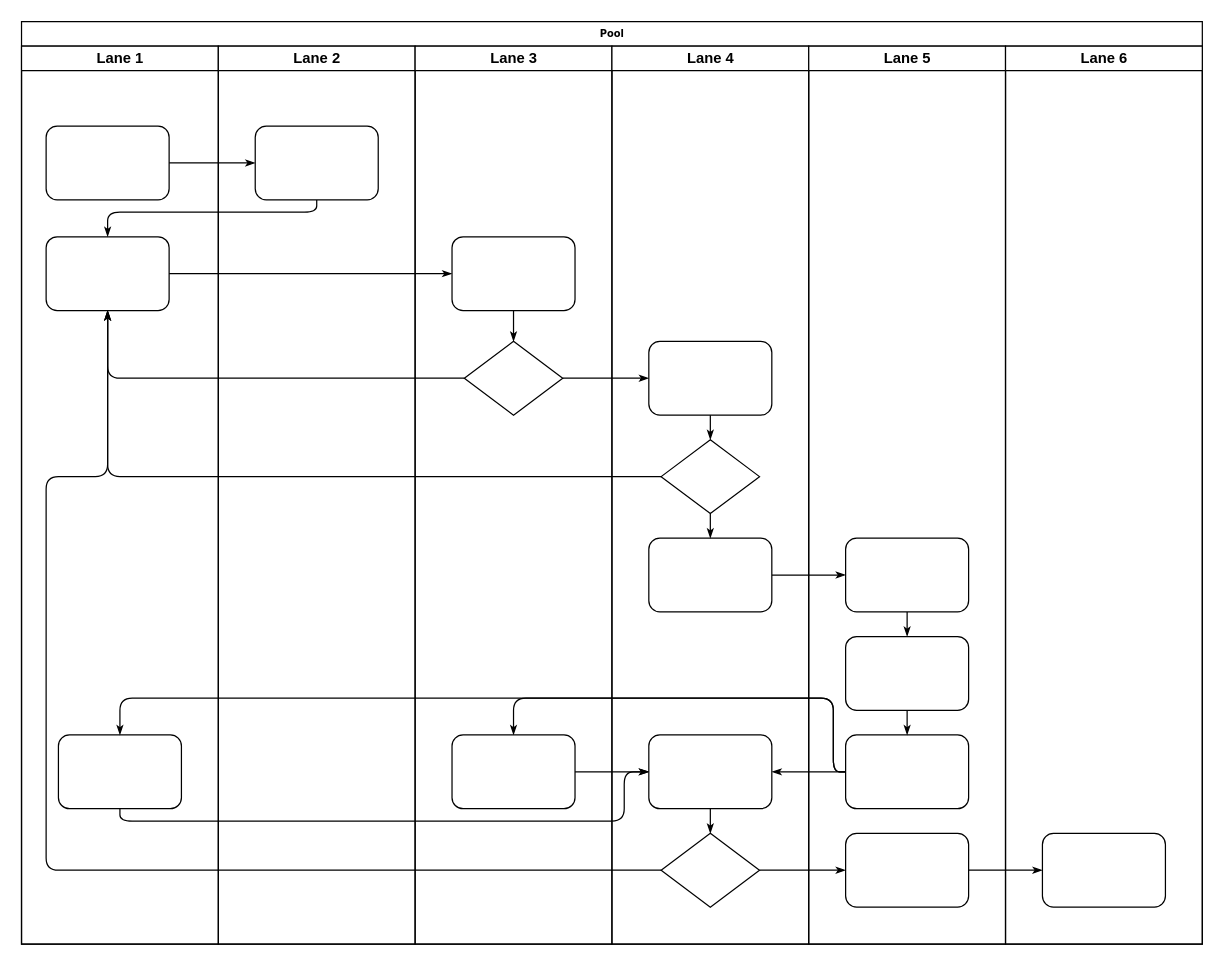
Above: Untitled Diagram.drawio in kemmiylee/gc-amc.com (draw.io), before the change. Source tidied: cells renumbered, new cells numbered last; positions are measured from the earlier drawing's top-left corner, leaving out a move shared by most shapes. Both pictures are drawn from the tidied source at 123%, with x=0, y=0 at pixel (21, 21).
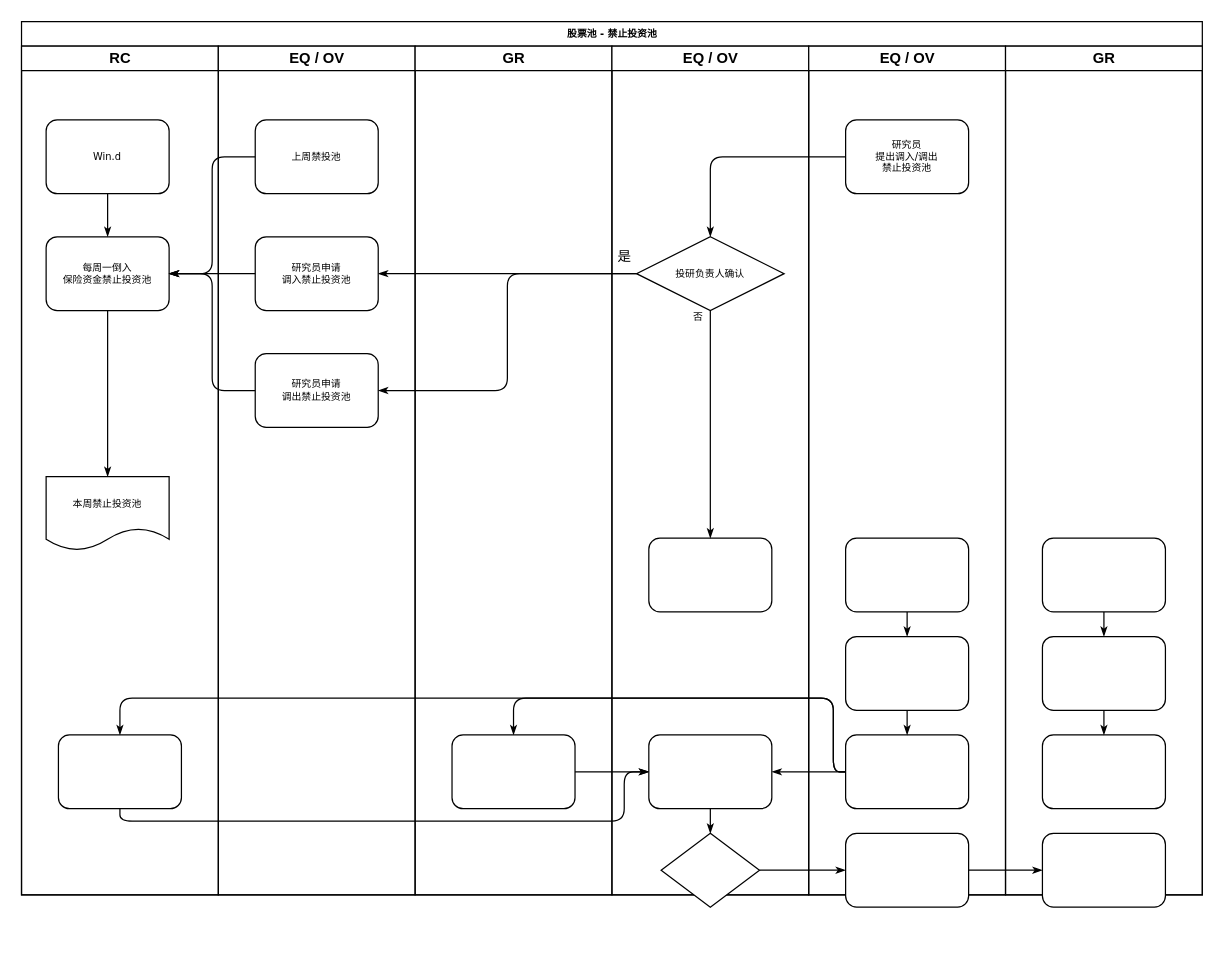
The same page after the edit.

Unchanged cells that the change refers to:
```xml
<mxCell id="32" style="rounded=1;whiteSpace=wrap;html=1;shadow=0;labelBackgroundColor=none;strokeWidth=1;fontFamily=Verdana;fontSize=8;align=center;" parent="29" vertex="1">
  <mxGeometry x="30" y="400" width="100" height="60" as="geometry" />
</mxCell>
<mxCell id="34" style="rhombus;whiteSpace=wrap;html=1;rounded=0;shadow=0;labelBackgroundColor=none;strokeWidth=1;fontFamily=Verdana;fontSize=8;align=center;" parent="29" vertex="1">
  <mxGeometry x="40" y="640" width="80" height="60" as="geometry" />
</mxCell>
<mxCell id="39" style="rounded=1;whiteSpace=wrap;html=1;shadow=0;labelBackgroundColor=none;strokeWidth=1;fontFamily=Verdana;fontSize=8;align=center;" parent="38" vertex="1">
  <mxGeometry x="30" y="400" width="100" height="60" as="geometry" />
</mxCell>
<mxCell id="42" style="rounded=1;whiteSpace=wrap;html=1;shadow=0;labelBackgroundColor=none;strokeWidth=1;fontFamily=Verdana;fontSize=8;align=center;" parent="38" vertex="1">
  <mxGeometry x="30" y="640" width="100" height="60" as="geometry" />
</mxCell>
```

The edit, as a diff of the source:
```diff
@@
-    <mxCell id="2" value="Pool" style="swimlane;html=1;startSize=20;rounded=0;shadow=0;labelBackgroundColor=none;strokeWidth=1;fontFamily=Verdana;fontSize=8;align=center;" parent="1" vertex="1">
-      <mxGeometry width="960" height="750" as="geometry" />
+    <mxCell id="2" value="股票池 - 禁止投资池" style="swimlane;html=1;startSize=20;rounded=0;shadow=0;labelBackgroundColor=none;strokeWidth=1;fontFamily=Verdana;fontSize=8;align=center;" parent="1" vertex="1">
+      <mxGeometry width="960" height="710" as="geometry" />
     </mxCell>
-    <mxCell id="3" value="Lane 1" style="swimlane;html=1;startSize=20;" parent="2" vertex="1">
-      <mxGeometry y="20" width="160" height="730" as="geometry" />
-    </mxCell>
-    <mxCell id="4" style="rounded=1;whiteSpace=wrap;html=1;shadow=0;labelBackgroundColor=none;strokeWidth=1;fontFamily=Verdana;fontSize=8;align=center;" parent="3" vertex="1">
-      <mxGeometry x="20" y="65" width="100" height="60" as="geometry" />
-    </mxCell>
-    <mxCell id="5" style="rounded=1;whiteSpace=wrap;html=1;shadow=0;labelBackgroundColor=none;strokeWidth=1;fontFamily=Verdana;fontSize=8;align=center;" parent="3" vertex="1">
-      <mxGeometry x="20" y="155" width="100" height="60" as="geometry" />
-    </mxCell>
-    <mxCell id="6" style="rounded=1;whiteSpace=wrap;html=1;shadow=0;labelBackgroundColor=none;strokeWidth=1;fontFamily=Verdana;fontSize=8;align=center;" parent="3" vertex="1">
-      <mxGeometry x="30" y="560" width="100" height="60" as="geometry" />
-    </mxCell>
-    <mxCell id="7" style="edgeStyle=orthogonalEdgeStyle;rounded=1;html=1;labelBackgroundColor=none;startArrow=none;startFill=0;startSize=5;endArrow=classicThin;endFill=1;endSize=5;jettySize=auto;strokeWidth=1;fontFamily=Verdana;fontSize=8;" parent="2" edge="1" source="4" target="23">
-      <mxGeometry relative="1" as="geometry" />
-    </mxCell>
-    <mxCell id="8" style="edgeStyle=orthogonalEdgeStyle;rounded=1;html=1;labelBackgroundColor=none;startArrow=none;startFill=0;startSize=5;endArrow=classicThin;endFill=1;endSize=5;jettySize=auto;strokeWidth=1;fontFamily=Verdana;fontSize=8;" parent="2" edge="1" source="23" target="5">
-      <mxGeometry relative="1" as="geometry">
-        <Array as="points">
-          <mxPoint x="240" y="155" />
-          <mxPoint x="70" y="155" />
-        </Array>
-      </mxGeometry>
-    </mxCell>
-    <mxCell id="9" style="edgeStyle=orthogonalEdgeStyle;rounded=1;html=1;labelBackgroundColor=none;startArrow=none;startFill=0;startSize=5;endArrow=classicThin;endFill=1;endSize=5;jettySize=auto;strokeWidth=1;fontFamily=Verdana;fontSize=8;" parent="2" edge="1" source="5" target="25">
-      <mxGeometry relative="1" as="geometry" />
-    </mxCell>
-    <mxCell id="10" style="edgeStyle=orthogonalEdgeStyle;rounded=1;html=1;labelBackgroundColor=none;startArrow=none;startFill=0;startSize=5;endArrow=classicThin;endFill=1;endSize=5;jettySize=auto;strokeWidth=1;fontFamily=Verdana;fontSize=8;" parent="2" edge="1" source="26" target="5">
-      <mxGeometry relative="1" as="geometry" />
-    </mxCell>
-    <mxCell id="11" style="edgeStyle=orthogonalEdgeStyle;rounded=1;html=1;labelBackgroundColor=none;startArrow=none;startFill=0;startSize=5;endArrow=classicThin;endFill=1;endSize=5;jettySize=auto;strokeWidth=1;fontFamily=Verdana;fontSize=8;" parent="2" edge="1" source="31" target="5">
-      <mxGeometry relative="1" as="geometry" />
-    </mxCell>
-    <mxCell id="12" style="edgeStyle=orthogonalEdgeStyle;rounded=1;html=1;labelBackgroundColor=none;startArrow=none;startFill=0;startSize=5;endArrow=classicThin;endFill=1;endSize=5;jettySize=auto;strokeWidth=1;fontFamily=Verdana;fontSize=8;" parent="2" edge="1" source="34" target="5">
-      <mxGeometry relative="1" as="geometry">
-        <Array as="points">
-          <mxPoint x="20" y="690" />
-          <mxPoint x="20" y="370" />
-          <mxPoint x="70" y="370" />
-        </Array>
-      </mxGeometry>
-    </mxCell>
-    <mxCell id="13" style="edgeStyle=orthogonalEdgeStyle;rounded=1;html=1;labelBackgroundColor=none;startArrow=none;startFill=0;startSize=5;endArrow=classicThin;endFill=1;endSize=5;jettySize=auto;strokeWidth=1;fontFamily=Verdana;fontSize=8;" parent="2" edge="1" source="26" target="30">
-      <mxGeometry relative="1" as="geometry" />
-    </mxCell>
@@
-    <mxCell id="15" style="edgeStyle=orthogonalEdgeStyle;rounded=1;html=1;labelBackgroundColor=none;startArrow=none;startFill=0;startSize=5;endArrow=classicThin;endFill=1;endSize=5;jettySize=auto;strokeWidth=1;fontFamily=Verdana;fontSize=8;" parent="2" edge="1" source="42" target="46">
-      <mxGeometry relative="1" as="geometry" />
+    <mxCell id="15" style="edgeStyle=orthogonalEdgeStyle;rounded=1;html=1;labelBackgroundColor=none;startArrow=none;startFill=0;startSize=5;endArrow=classicThin;endFill=1;endSize=5;jettySize=auto;strokeWidth=1;fontFamily=Verdana;fontSize=8;" parent="2" edge="1" source="42">
+      <mxGeometry relative="1" as="geometry">
+        <mxPoint x="830" y="690" as="targetPoint" />
+      </mxGeometry>
     </mxCell>
-    <mxCell id="16" style="edgeStyle=orthogonalEdgeStyle;rounded=1;html=1;labelBackgroundColor=none;startArrow=none;startFill=0;startSize=5;endArrow=classicThin;endFill=1;endSize=5;jettySize=auto;strokeWidth=1;fontFamily=Verdana;fontSize=8;" parent="2" edge="1" source="32" target="39">
+    <mxCell id="16" style="edgeStyle=orthogonalEdgeStyle;rounded=1;html=1;labelBackgroundColor=none;startArrow=none;startFill=0;startSize=5;endArrow=classicThin;endFill=1;endSize=5;jettySize=auto;strokeWidth=1;fontFamily=Verdana;fontSize=8;entryX=1;entryY=0.5;entryDx=0;entryDy=0;exitX=0;exitY=0.5;exitDx=0;exitDy=0;" parent="2" edge="1" source="31" target="49">
       <mxGeometry relative="1" as="geometry" />
     </mxCell>
+    <mxCell id="47" value="是" style="edgeLabel;html=1;align=center;verticalAlign=middle;" parent="16" vertex="1">
+      <mxGeometry x="0.23" y="3" relative="1" as="geometry">
+        <mxPoint x="118.9" y="-18" as="offset" />
+      </mxGeometry>
+    </mxCell>
@@
+    <mxCell id="3" value="RC" style="swimlane;html=1;startSize=20;" parent="2" vertex="1">
+      <mxGeometry y="20" width="160" height="690" as="geometry" />
+    </mxCell>
+    <mxCell id="4" value="Win.d" style="rounded=1;whiteSpace=wrap;html=1;shadow=0;labelBackgroundColor=none;strokeWidth=1;fontFamily=Verdana;fontSize=8;align=center;" parent="3" vertex="1">
+      <mxGeometry x="20" y="60" width="100" height="60" as="geometry" />
+    </mxCell>
+    <mxCell id="5" value="每周一倒入&lt;br&gt;保险资金禁止投资池" style="rounded=1;whiteSpace=wrap;html=1;shadow=0;labelBackgroundColor=none;strokeWidth=1;fontFamily=Verdana;fontSize=8;align=center;" parent="3" vertex="1">
+      <mxGeometry x="20" y="155" width="100" height="60" as="geometry" />
+    </mxCell>
+    <mxCell id="6" style="rounded=1;whiteSpace=wrap;html=1;shadow=0;labelBackgroundColor=none;strokeWidth=1;fontFamily=Verdana;fontSize=8;align=center;" parent="3" vertex="1">
+      <mxGeometry x="30" y="560" width="100" height="60" as="geometry" />
+    </mxCell>
+    <mxCell id="8" style="edgeStyle=orthogonalEdgeStyle;rounded=1;html=1;labelBackgroundColor=none;startArrow=none;startFill=0;startSize=5;endArrow=classicThin;endFill=1;endSize=5;jettySize=auto;strokeWidth=1;fontFamily=Verdana;fontSize=8;exitX=0.5;exitY=1;exitDx=0;exitDy=0;entryX=0.5;entryY=0;entryDx=0;entryDy=0;" parent="3" edge="1" source="4" target="5">
+      <mxGeometry relative="1" as="geometry">
+        <Array as="points">
+          <mxPoint x="70" y="140" />
+          <mxPoint x="70" y="140" />
+        </Array>
+      </mxGeometry>
+    </mxCell>
+    <mxCell id="11" style="edgeStyle=orthogonalEdgeStyle;rounded=1;html=1;labelBackgroundColor=none;startArrow=none;startFill=0;startSize=5;endArrow=classicThin;endFill=1;endSize=5;jettySize=auto;strokeWidth=1;fontFamily=Verdana;fontSize=8;exitX=0.5;exitY=1;exitDx=0;exitDy=0;entryX=0.5;entryY=0;entryDx=0;entryDy=0;" parent="3" edge="1" source="5" target="48">
+      <mxGeometry relative="1" as="geometry" />
+    </mxCell>
+    <mxCell id="48" value="&lt;font style=&quot;font-size: 8px&quot;&gt;本周禁止投资池&lt;/font&gt;" style="shape=document;whiteSpace=wrap;html=1;boundedLbl=1;" parent="3" vertex="1">
+      <mxGeometry x="20" y="350" width="100" height="60" as="geometry" />
+    </mxCell>
-    <mxCell id="22" value="Lane 2" style="swimlane;html=1;startSize=20;" parent="2" vertex="1">
-      <mxGeometry x="160" y="20" width="160" height="730" as="geometry" />
+    <mxCell id="22" value="EQ / OV" style="swimlane;html=1;startSize=20;" parent="2" vertex="1">
+      <mxGeometry x="160" y="20" width="160" height="690" as="geometry" />
     </mxCell>
+    <mxCell id="49" value="研究员申请&lt;br&gt;调入禁止投资池" style="rounded=1;whiteSpace=wrap;html=1;shadow=0;labelBackgroundColor=none;strokeWidth=1;fontFamily=Verdana;fontSize=8;align=center;" parent="22" vertex="1">
+      <mxGeometry x="30" y="155" width="100" height="60" as="geometry" />
+    </mxCell>
+    <mxCell id="50" value="研究员申请&lt;br&gt;调出禁止投资池" style="rounded=1;whiteSpace=wrap;html=1;shadow=0;labelBackgroundColor=none;strokeWidth=1;fontFamily=Verdana;fontSize=8;align=center;" parent="22" vertex="1">
+      <mxGeometry x="30" y="250" width="100" height="60" as="geometry" />
+    </mxCell>
-    <mxCell id="23" style="rounded=1;whiteSpace=wrap;html=1;shadow=0;labelBackgroundColor=none;strokeWidth=1;fontFamily=Verdana;fontSize=8;align=center;" parent="22" vertex="1">
-      <mxGeometry x="30" y="65" width="100" height="60" as="geometry" />
+    <mxCell id="23" value="上周禁投池" style="rounded=1;whiteSpace=wrap;html=1;shadow=0;labelBackgroundColor=none;strokeWidth=1;fontFamily=Verdana;fontSize=8;align=center;" parent="22" vertex="1">
+      <mxGeometry x="30" y="60" width="100" height="60" as="geometry" />
     </mxCell>
-    <mxCell id="24" value="Lane 3" style="swimlane;html=1;startSize=20;" parent="2" vertex="1">
-      <mxGeometry x="320" y="20" width="160" height="730" as="geometry" />
+    <mxCell id="24" value="GR" style="swimlane;html=1;startSize=20;" parent="2" vertex="1">
+      <mxGeometry x="320" y="20" width="160" height="690" as="geometry" />
     </mxCell>
-    <mxCell id="25" style="rounded=1;whiteSpace=wrap;html=1;shadow=0;labelBackgroundColor=none;strokeWidth=1;fontFamily=Verdana;fontSize=8;align=center;" parent="24" vertex="1">
-      <mxGeometry x="30" y="155" width="100" height="60" as="geometry" />
-    </mxCell>
-    <mxCell id="26" style="rhombus;whiteSpace=wrap;html=1;rounded=0;shadow=0;labelBackgroundColor=none;strokeWidth=1;fontFamily=Verdana;fontSize=8;align=center;" parent="24" vertex="1">
-      <mxGeometry x="40" y="240" width="80" height="60" as="geometry" />
-    </mxCell>
@@
-    <mxCell id="28" style="edgeStyle=orthogonalEdgeStyle;rounded=1;html=1;labelBackgroundColor=none;startArrow=none;startFill=0;startSize=5;endArrow=classicThin;endFill=1;endSize=5;jettySize=auto;strokeWidth=1;fontFamily=Verdana;fontSize=8;" parent="24" edge="1" source="25" target="26">
-      <mxGeometry relative="1" as="geometry" />
-    </mxCell>
-    <mxCell id="29" value="Lane 4" style="swimlane;html=1;startSize=20;" parent="2" vertex="1">
-      <mxGeometry x="480" y="20" width="160" height="730" as="geometry" />
+    <mxCell id="29" value="EQ / OV" style="swimlane;html=1;startSize=20;" parent="2" vertex="1">
+      <mxGeometry x="480" y="20" width="160" height="690" as="geometry" />
     </mxCell>
-    <mxCell id="30" style="rounded=1;whiteSpace=wrap;html=1;shadow=0;labelBackgroundColor=none;strokeWidth=1;fontFamily=Verdana;fontSize=8;align=center;" parent="29" vertex="1">
-      <mxGeometry x="30" y="240" width="100" height="60" as="geometry" />
-    </mxCell>
-    <mxCell id="31" style="rhombus;whiteSpace=wrap;html=1;rounded=0;shadow=0;labelBackgroundColor=none;strokeWidth=1;fontFamily=Verdana;fontSize=8;align=center;" parent="29" vertex="1">
-      <mxGeometry x="40" y="320" width="80" height="60" as="geometry" />
-    </mxCell>
@@
-    <mxCell id="35" style="edgeStyle=orthogonalEdgeStyle;rounded=1;html=1;labelBackgroundColor=none;startArrow=none;startFill=0;startSize=5;endArrow=classicThin;endFill=1;endSize=5;jettySize=auto;strokeColor=#000000;strokeWidth=1;fontFamily=Verdana;fontSize=8;fontColor=#000000;" parent="29" edge="1" source="30" target="31">
-      <mxGeometry relative="1" as="geometry" />
-    </mxCell>
-    <mxCell id="36" style="edgeStyle=orthogonalEdgeStyle;rounded=1;html=1;labelBackgroundColor=none;startArrow=none;startFill=0;startSize=5;endArrow=classicThin;endFill=1;endSize=5;jettySize=auto;strokeWidth=1;fontFamily=Verdana;fontSize=8;" parent="29" edge="1" source="31" target="32">
-      <mxGeometry relative="1" as="geometry" />
+    <mxCell id="36" value="否" style="edgeStyle=orthogonalEdgeStyle;rounded=1;html=1;labelBackgroundColor=none;startArrow=none;startFill=0;startSize=5;endArrow=classicThin;endFill=1;endSize=5;jettySize=auto;strokeWidth=1;fontFamily=Verdana;fontSize=8;" parent="29" edge="1" source="31" target="32">
+      <mxGeometry x="-0.95" y="-10" relative="1" as="geometry" />
     </mxCell>
@@
+    <mxCell id="31" value="投研负责人确认" style="rhombus;whiteSpace=wrap;html=1;rounded=0;shadow=0;labelBackgroundColor=none;strokeWidth=1;fontFamily=Verdana;fontSize=8;align=center;" parent="29" vertex="1">
+      <mxGeometry x="20" y="155" width="120" height="60" as="geometry" />
+    </mxCell>
-    <mxCell id="38" value="Lane 5" style="swimlane;html=1;startSize=20;" parent="2" vertex="1">
-      <mxGeometry x="640" y="20" width="160" height="730" as="geometry" />
+    <mxCell id="38" value="EQ / OV" style="swimlane;html=1;startSize=20;" parent="2" vertex="1">
+      <mxGeometry x="640" y="20" width="160" height="690" as="geometry" />
     </mxCell>
@@
-    <mxCell id="45" value="Lane 6" style="swimlane;html=1;startSize=20;" parent="2" vertex="1">
-      <mxGeometry x="800" y="20" width="160" height="730" as="geometry" />
-    </mxCell>
+    <mxCell id="30" value="研究员&lt;br&gt;提出调入/调出&lt;br&gt;禁止投资池" style="rounded=1;whiteSpace=wrap;html=1;shadow=0;labelBackgroundColor=none;strokeWidth=1;fontFamily=Verdana;fontSize=8;align=center;" parent="38" vertex="1">
+      <mxGeometry x="30" y="60" width="100" height="60" as="geometry" />
+    </mxCell>
+    <mxCell id="7" style="edgeStyle=orthogonalEdgeStyle;rounded=1;html=1;labelBackgroundColor=none;startArrow=none;startFill=0;startSize=5;endArrow=classicThin;endFill=1;endSize=5;jettySize=auto;strokeWidth=1;fontFamily=Verdana;fontSize=8;exitX=0;exitY=0.5;exitDx=0;exitDy=0;entryX=1;entryY=0.5;entryDx=0;entryDy=0;" parent="2" edge="1" source="49" target="5">
+      <mxGeometry relative="1" as="geometry" />
+    </mxCell>
+    <mxCell id="51" style="edgeStyle=orthogonalEdgeStyle;rounded=1;html=1;labelBackgroundColor=none;startArrow=none;startFill=0;startSize=5;endArrow=classicThin;endFill=1;endSize=5;jettySize=auto;strokeWidth=1;fontFamily=Verdana;fontSize=8;exitX=0;exitY=0.5;exitDx=0;exitDy=0;entryX=1;entryY=0.5;entryDx=0;entryDy=0;" parent="2" edge="1" source="23" target="5">
+      <mxGeometry relative="1" as="geometry" />
+    </mxCell>
+    <mxCell id="52" style="edgeStyle=orthogonalEdgeStyle;rounded=1;html=1;labelBackgroundColor=none;startArrow=none;startFill=0;startSize=5;endArrow=classicThin;endFill=1;endSize=5;jettySize=auto;strokeWidth=1;fontFamily=Verdana;fontSize=8;exitX=0;exitY=0.5;exitDx=0;exitDy=0;entryX=1;entryY=0.5;entryDx=0;entryDy=0;" parent="2" edge="1" source="50" target="5">
+      <mxGeometry relative="1" as="geometry" />
+    </mxCell>
+    <mxCell id="53" value="GR" style="swimlane;html=1;startSize=20;" parent="2" vertex="1">
+      <mxGeometry x="800" y="20" width="160" height="690" as="geometry" />
+    </mxCell>
+    <mxCell id="54" style="rounded=1;whiteSpace=wrap;html=1;shadow=0;labelBackgroundColor=none;strokeWidth=1;fontFamily=Verdana;fontSize=8;align=center;" parent="53" vertex="1">
+      <mxGeometry x="30" y="400" width="100" height="60" as="geometry" />
+    </mxCell>
+    <mxCell id="55" style="rounded=1;whiteSpace=wrap;html=1;shadow=0;labelBackgroundColor=none;strokeWidth=1;fontFamily=Verdana;fontSize=8;align=center;" parent="53" vertex="1">
+      <mxGeometry x="30" y="480" width="100" height="60" as="geometry" />
+    </mxCell>
+    <mxCell id="56" style="rounded=1;whiteSpace=wrap;html=1;shadow=0;labelBackgroundColor=none;strokeWidth=1;fontFamily=Verdana;fontSize=8;align=center;" parent="53" vertex="1">
+      <mxGeometry x="30" y="560" width="100" height="60" as="geometry" />
+    </mxCell>
-    <mxCell id="46" style="rounded=1;whiteSpace=wrap;html=1;shadow=0;labelBackgroundColor=none;strokeWidth=1;fontFamily=Verdana;fontSize=8;align=center;" parent="45" vertex="1">
+    <mxCell id="46" style="rounded=1;whiteSpace=wrap;html=1;shadow=0;labelBackgroundColor=none;strokeWidth=1;fontFamily=Verdana;fontSize=8;align=center;" parent="53" vertex="1">
       <mxGeometry x="30" y="640" width="100" height="60" as="geometry" />
     </mxCell>
+    <mxCell id="57" style="edgeStyle=orthogonalEdgeStyle;rounded=1;html=1;labelBackgroundColor=none;startArrow=none;startFill=0;startSize=5;endArrow=classicThin;endFill=1;endSize=5;jettySize=auto;strokeWidth=1;fontFamily=Verdana;fontSize=8;" parent="53" edge="1" source="54" target="55">
+      <mxGeometry relative="1" as="geometry" />
+    </mxCell>
+    <mxCell id="58" style="edgeStyle=orthogonalEdgeStyle;rounded=1;html=1;labelBackgroundColor=none;startArrow=none;startFill=0;startSize=5;endArrow=classicThin;endFill=1;endSize=5;jettySize=auto;strokeWidth=1;fontFamily=Verdana;fontSize=8;" parent="53" edge="1" source="55" target="56">
+      <mxGeometry relative="1" as="geometry" />
+    </mxCell>
+    <mxCell id="35" style="edgeStyle=orthogonalEdgeStyle;rounded=1;html=1;labelBackgroundColor=none;startArrow=none;startFill=0;startSize=5;endArrow=classicThin;endFill=1;endSize=5;jettySize=auto;strokeColor=#000000;strokeWidth=1;fontFamily=Verdana;fontSize=8;fontColor=#000000;" parent="2" edge="1" source="30" target="31">
+      <mxGeometry relative="1" as="geometry" />
+    </mxCell>
+    <mxCell id="59" style="edgeStyle=orthogonalEdgeStyle;rounded=1;html=1;labelBackgroundColor=none;startArrow=none;startFill=0;startSize=5;endArrow=classicThin;endFill=1;endSize=5;jettySize=auto;strokeWidth=1;fontFamily=Verdana;fontSize=8;entryX=1;entryY=0.5;entryDx=0;entryDy=0;exitX=0;exitY=0.5;exitDx=0;exitDy=0;" parent="2" edge="1" source="31" target="50">
+      <mxGeometry relative="1" as="geometry" />
+    </mxCell>
```
